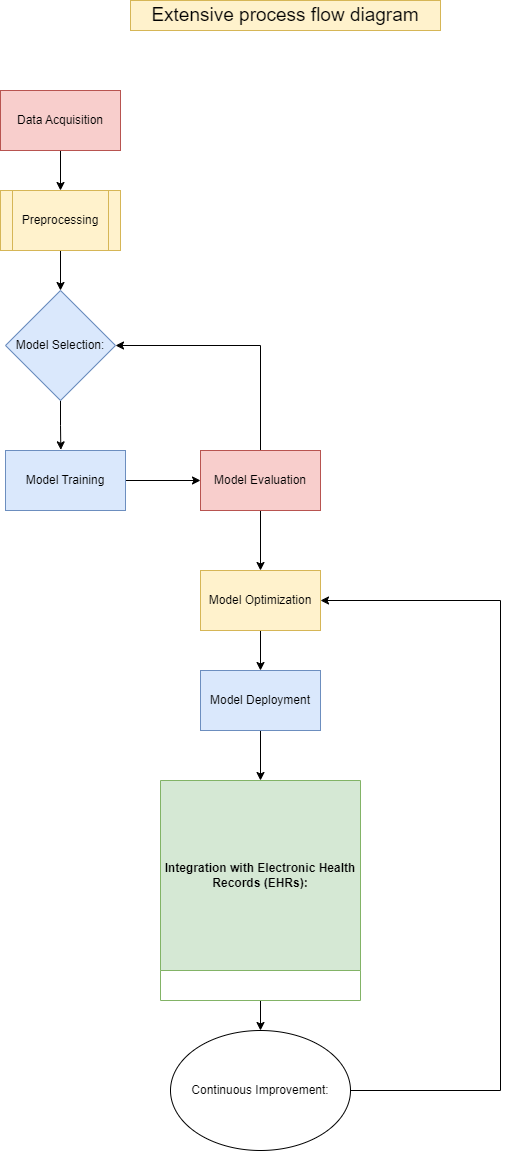
Above: Lung Cancer Detection.drawio.png in belanasaikiran/FlowCharts (draw.io), before the change. Source tidied: cells renumbered, new cells last; positions are measured from the earlier drawing's top-left corner, leaving out a move shared by most shapes.
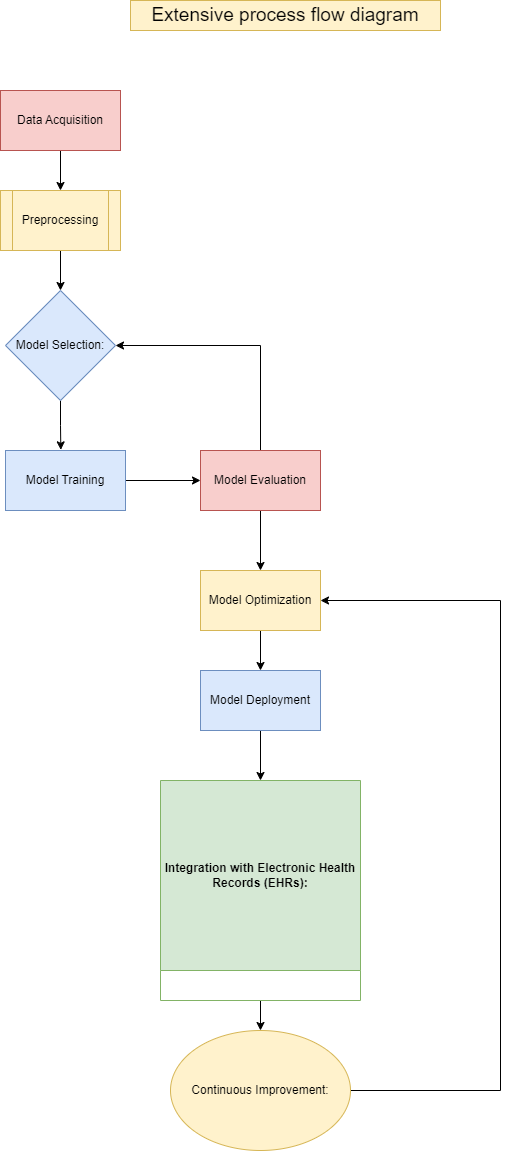
After the change.

Diff of the diagram source:
```diff
@@ -65,7 +65,7 @@
         </Array>
       </mxGeometry>
     </mxCell>
-    <mxCell id="20" value="Continuous Improvement: " style="ellipse;whiteSpace=wrap;html=1;" parent="1" vertex="1">
+    <mxCell id="20" value="Continuous Improvement: " style="ellipse;whiteSpace=wrap;html=1;fillColor=#fff2cc;strokeColor=#d6b656;" parent="1" vertex="1">
       <mxGeometry x="170" y="1030" width="180" height="120" as="geometry" />
     </mxCell>
     <mxCell id="21" value="Extensive process flow diagram" style="text;html=1;strokeColor=#d6b656;fillColor=#fff2cc;align=center;verticalAlign=middle;whiteSpace=wrap;rounded=0;labelBackgroundColor=none;labelBorderColor=none;spacing=15;fontSize=19;" parent="1" vertex="1">
```
